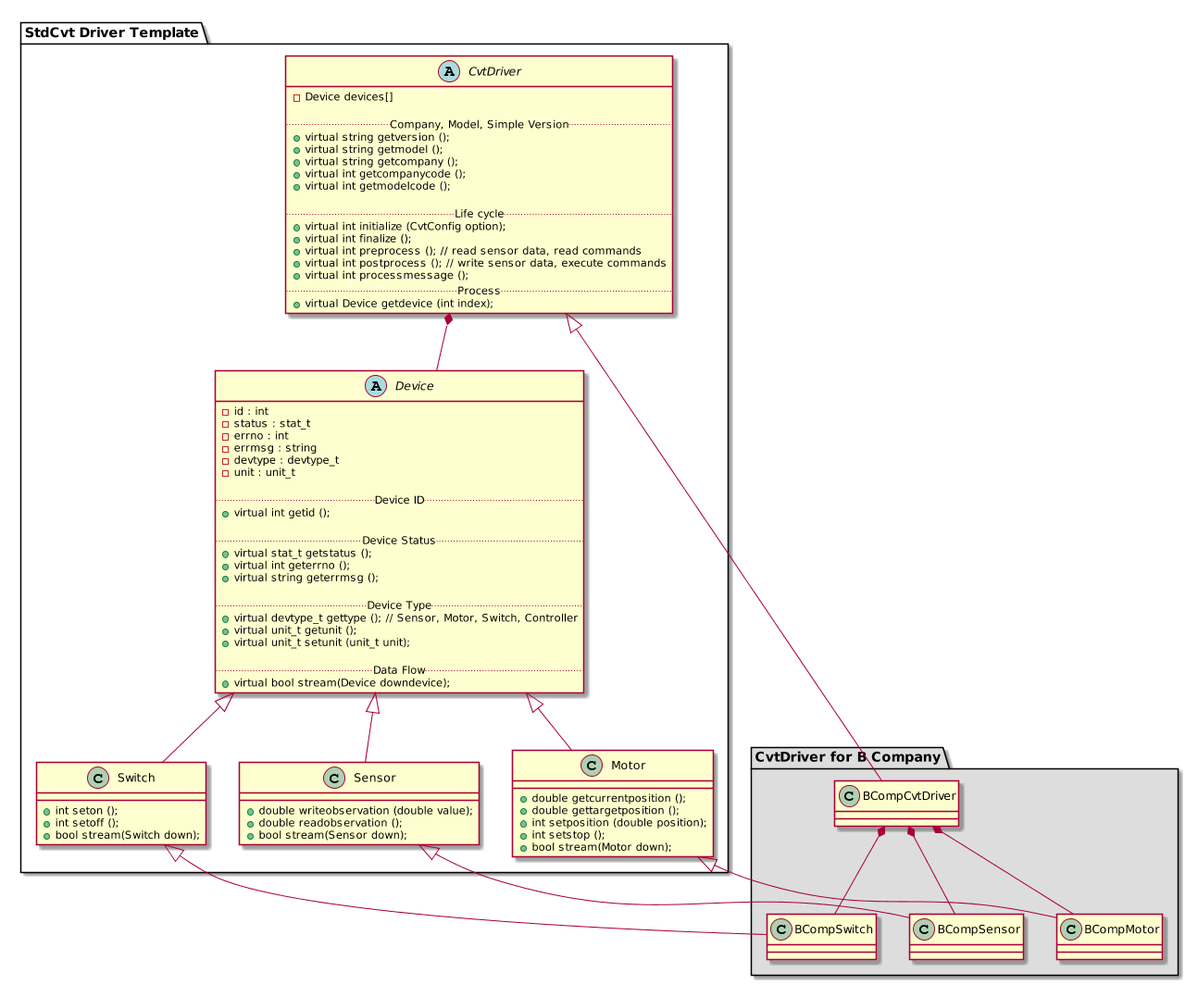
Earlier version of the PlantUML export doc/converter_class.png (ebio-snu/stdcvt).
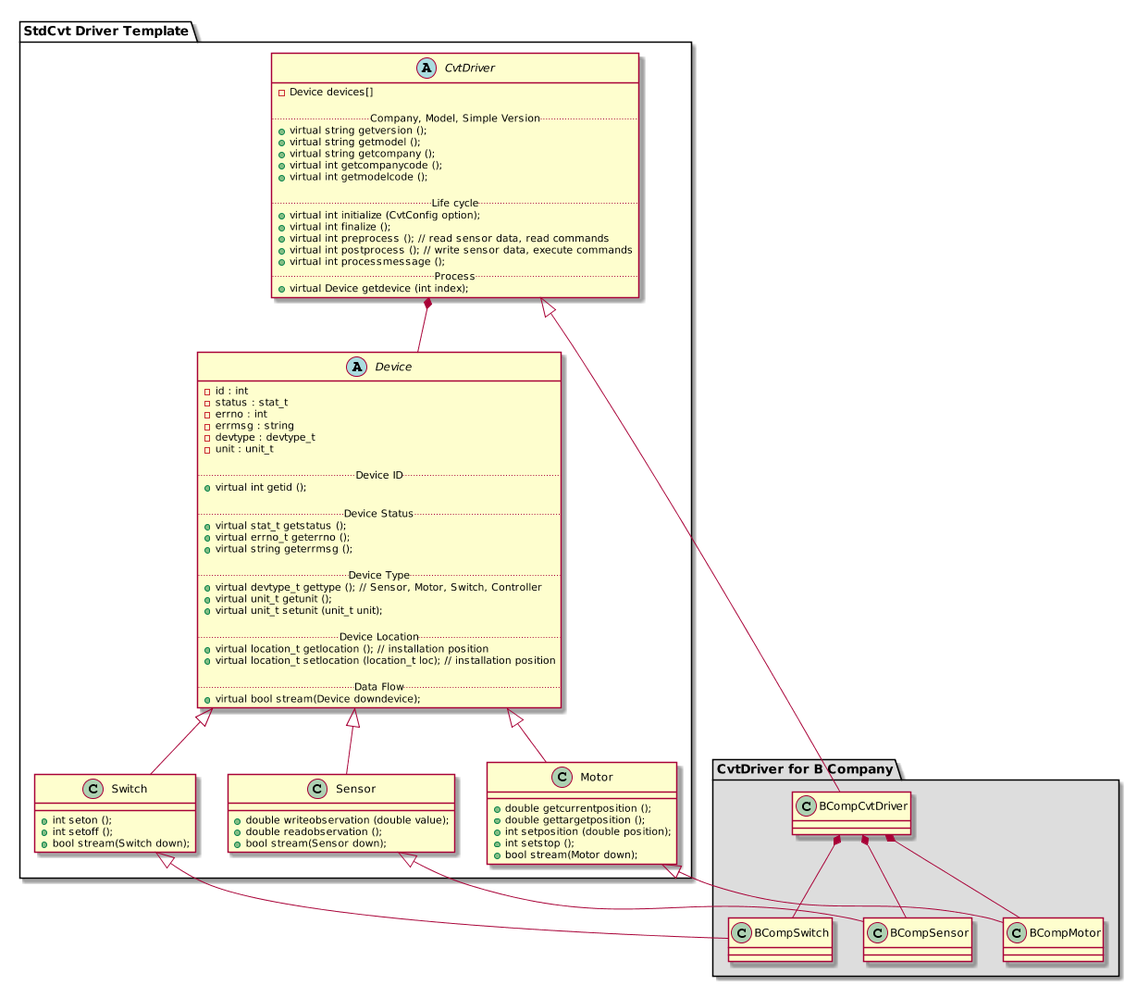
After the change.

The edit, as a diff of the source:
```diff
@@ -37,13 +37,17 @@
 
      .. Device Status ..
      + virtual stat_t getstatus ();
-     + virtual int geterrno ();
+     + virtual errno_t geterrno ();
      + virtual string geterrmsg ();
 
      .. Device Type ..
      + virtual devtype_t gettype (); // Sensor, Motor, Switch, Controller
      + virtual unit_t getunit ();
      + virtual unit_t setunit (unit_t unit);
+
+     .. Device Location ..
+     + virtual location_t getlocation (); // installation position
+     + virtual location_t setlocation (location_t loc); // installation position
 
      .. Data Flow ..
      + virtual bool stream(Device downdevice);
```
